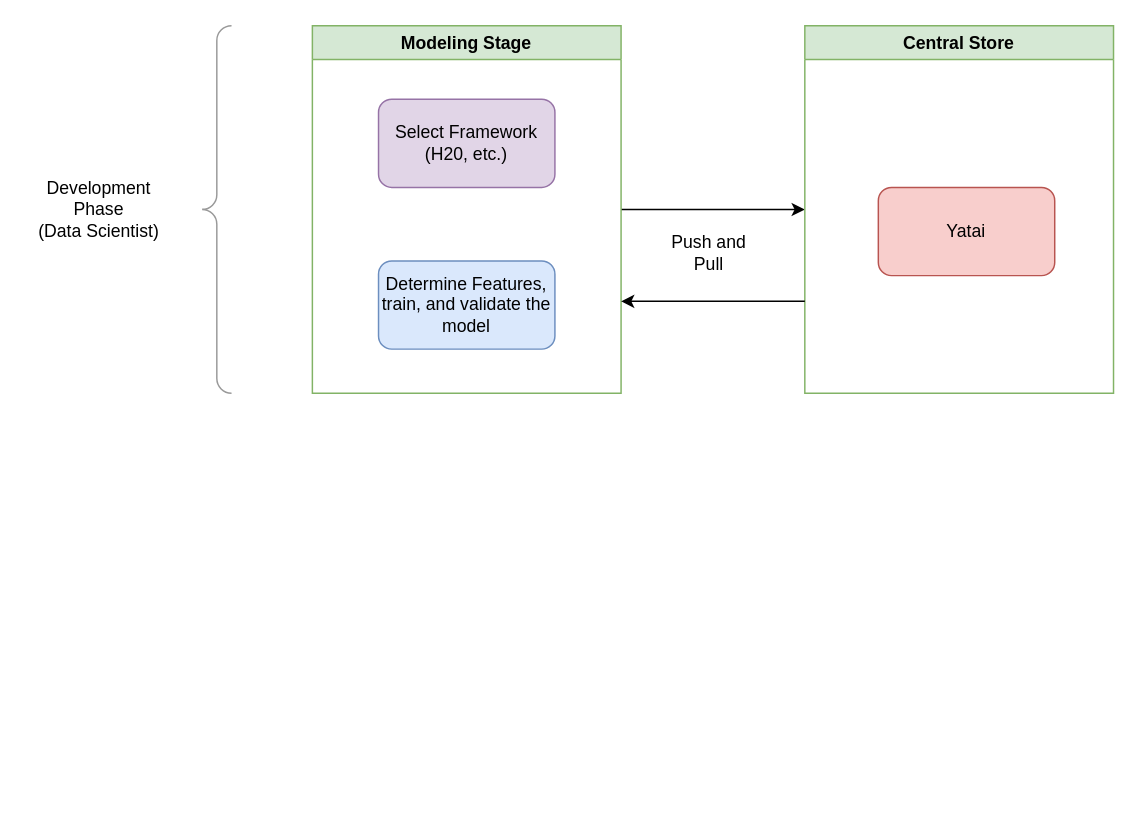
Earlier version of the draw.io diagram bentoml/quickstart/BentoML Flow.drawio (TheDarkTrumpet/MLOpsTest). Source tidied: cells renumbered, new cells numbered last; positions are measured from the earlier drawing's top-left corner, leaving out a move shared by most shapes. Both pictures are drawn from the tidied source at 147%, with x=0, y=0 at pixel (25, 25).
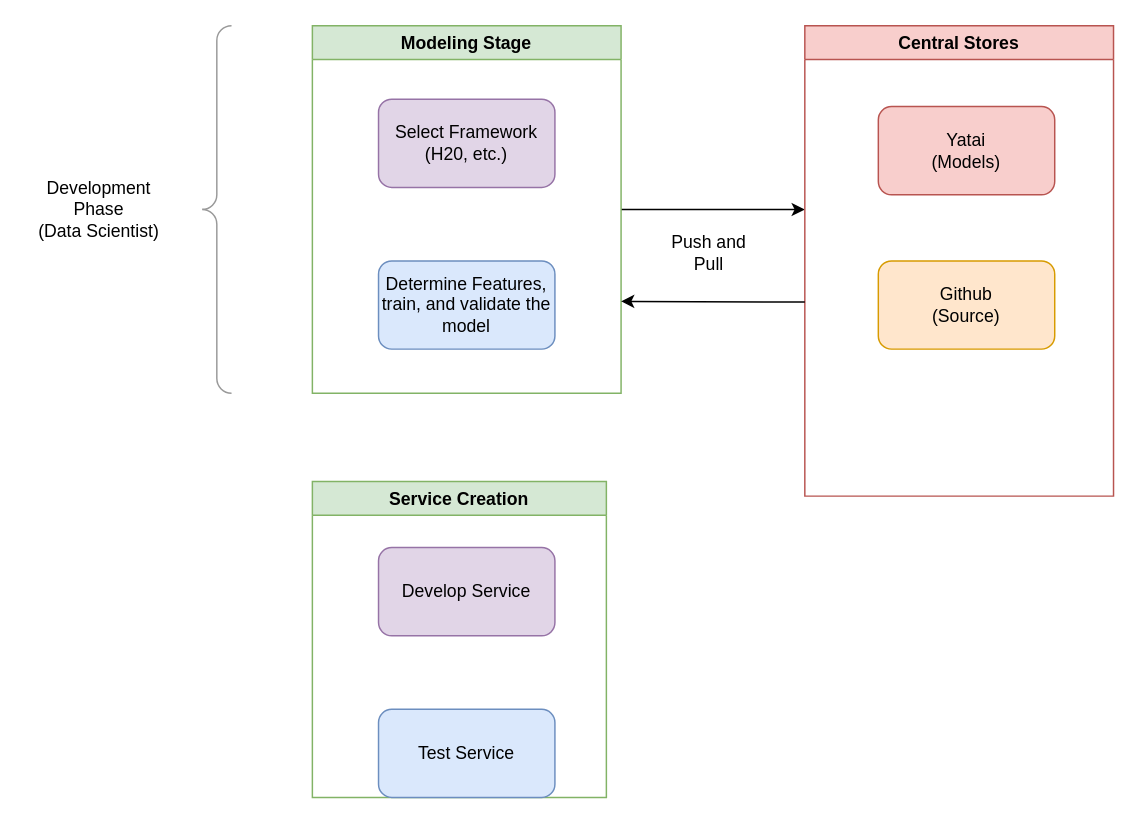
After the change.

Commit message (it also covers changes not shown here):
Diagram updates, updating ignore, and created notes near through the Docker portion

Diff of the diagram source:
```diff
@@
 <mxGraphModel>
   <root>
     <mxCell id="0" />
     <mxCell id="1" parent="0" />
-    <mxCell id="2" style="edgeStyle=orthogonalEdgeStyle;rounded=0;jettySize=auto;html=1;entryX=0;entryY=0.5;entryDx=0;entryDy=0;" parent="1" edge="1" source="3" target="8">
-      <mxGeometry relative="1" as="geometry" />
+    <mxCell id="2" style="edgeStyle=orthogonalEdgeStyle;rounded=0;jettySize=auto;html=1;" parent="1" edge="1" source="3">
+      <mxGeometry relative="1" as="geometry">
+        <mxPoint x="530" y="125" as="targetPoint" />
+        <Array as="points">
+          <mxPoint x="530" y="125" />
+        </Array>
+      </mxGeometry>
     </mxCell>
     <mxCell id="3" value="Modeling Stage" style="swimlane;fillColor=#d5e8d4;strokeColor=#82b366;" parent="1" vertex="1">
       <mxGeometry x="195" width="210" height="250" as="geometry" />
     </mxCell>
     <mxCell id="4" value="Select Framework&lt;br&gt;(H20, etc.)" style="rounded=1;whiteSpace=wrap;html=1;fillColor=#e1d5e7;strokeColor=#9673a6;" parent="3" vertex="1">
       <mxGeometry x="45" y="50" width="120" height="60" as="geometry" />
     </mxCell>
     <mxCell id="5" value="Determine Features, train, and validate the model" style="rounded=1;whiteSpace=wrap;html=1;fillColor=#dae8fc;strokeColor=#6c8ebf;" parent="3" vertex="1">
       <mxGeometry x="45" y="160" width="120" height="60" as="geometry" />
     </mxCell>
     <mxCell id="6" style="labelPosition=right;align=left;strokeWidth=1;shape=mxgraph.mockup.markup.curlyBrace;html=1;shadow=0;dashed=0;strokeColor=#999999;direction=north;" parent="1" vertex="1">
       <mxGeometry x="120" width="20" height="250" as="geometry" />
     </mxCell>
     <mxCell id="7" value="Development Phase&lt;br&gt;(Data Scientist)" style="text;html=1;strokeColor=none;fillColor=none;align=center;verticalAlign=middle;whiteSpace=wrap;rounded=0;" parent="1" vertex="1">
       <mxGeometry y="110" width="100" height="30" as="geometry" />
     </mxCell>
-    <mxCell id="8" value="Central Store" style="swimlane;fillColor=#d5e8d4;strokeColor=#82b366;" parent="1" vertex="1">
-      <mxGeometry x="530" width="210" height="250" as="geometry" />
+    <mxCell id="8" value="Central Stores" style="swimlane;fillColor=#f8cecc;strokeColor=#b85450;" parent="1" vertex="1">
+      <mxGeometry x="530" width="210" height="320" as="geometry" />
     </mxCell>
-    <mxCell id="9" value="Yatai" style="rounded=1;whiteSpace=wrap;html=1;fillColor=#f8cecc;strokeColor=#b85450;" parent="8" vertex="1">
-      <mxGeometry x="50" y="110" width="120" height="60" as="geometry" />
+    <mxCell id="9" value="Yatai&lt;br&gt;(Models)" style="rounded=1;whiteSpace=wrap;html=1;fillColor=#f8cecc;strokeColor=#b85450;" parent="8" vertex="1">
+      <mxGeometry x="50" y="55" width="120" height="60" as="geometry" />
     </mxCell>
+    <mxCell id="12" value="Github&lt;br&gt;(Source)" style="rounded=1;whiteSpace=wrap;html=1;fillColor=#ffe6cc;strokeColor=#d79b00;" parent="8" vertex="1">
+      <mxGeometry x="50" y="160" width="120" height="60" as="geometry" />
+    </mxCell>
-    <mxCell id="10" style="endArrow=classic;html=1;rounded=0;entryX=1;entryY=0.75;entryDx=0;entryDy=0;exitX=0;exitY=0.75;exitDx=0;exitDy=0;" parent="1" edge="1" source="8" target="3">
-      <mxGeometry relative="1" as="geometry" />
+    <mxCell id="10" style="endArrow=classic;html=1;rounded=0;entryX=1;entryY=0.75;entryDx=0;entryDy=0;" parent="1" edge="1" target="3">
+      <mxGeometry relative="1" as="geometry">
+        <mxPoint x="530" y="188" as="sourcePoint" />
+      </mxGeometry>
     </mxCell>
     <mxCell id="11" value="Push and Pull" style="text;html=1;strokeColor=none;fillColor=none;align=center;verticalAlign=middle;whiteSpace=wrap;rounded=0;" parent="1" vertex="1">
       <mxGeometry x="435" y="140" width="60" height="30" as="geometry" />
     </mxCell>
+    <mxCell id="13" value="Service Creation" style="swimlane;fillColor=#d5e8d4;strokeColor=#82b366;" parent="1" vertex="1">
+      <mxGeometry x="195" y="310" width="200" height="215" as="geometry" />
+    </mxCell>
+    <mxCell id="14" value="Develop Service" style="rounded=1;whiteSpace=wrap;html=1;fillColor=#e1d5e7;strokeColor=#9673a6;" parent="13" vertex="1">
+      <mxGeometry x="45" y="45" width="120" height="60" as="geometry" />
+    </mxCell>
+    <mxCell id="15" value="Test Service" style="rounded=1;whiteSpace=wrap;html=1;fillColor=#dae8fc;strokeColor=#6c8ebf;" parent="13" vertex="1">
+      <mxGeometry x="45" y="155" width="120" height="60" as="geometry" />
+    </mxCell>
   </root>
 </mxGraphModel>
```
